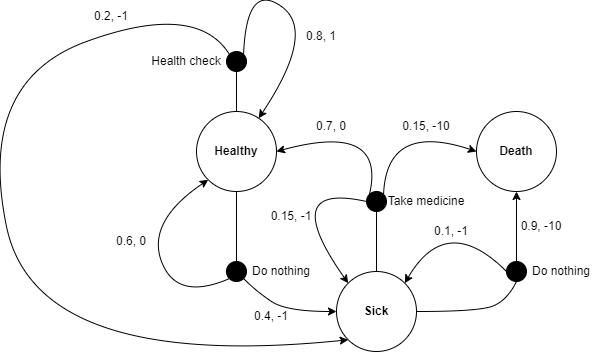
The draw.io diagram RL_Lab2-MDPs_MDP1.drawio.png in MaksimKarnaukh/RL, before a commit. Source tidied: cells renumbered, new cells last; positions are measured from the earlier drawing's top-left corner, leaving out a move shared by most shapes.
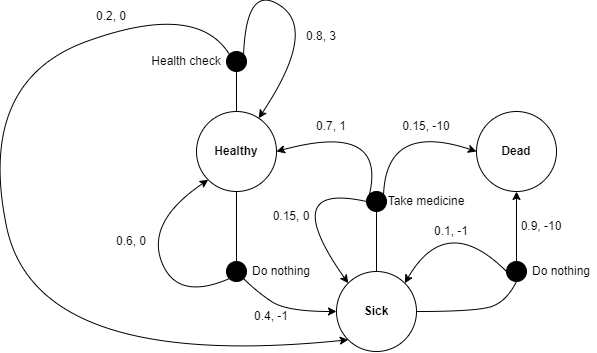
After the change.

Commit message:
drawings ready? expl left to do

What changed in the source:
```diff
@@ -8,7 +8,7 @@
     <mxCell id="3" value="&lt;b&gt;Sick&lt;/b&gt;" style="ellipse;whiteSpace=wrap;html=1;" parent="1" vertex="1">
       <mxGeometry x="360" y="290" width="80" height="80" as="geometry" />
     </mxCell>
-    <mxCell id="4" value="&lt;b&gt;Death&lt;/b&gt;" style="ellipse;whiteSpace=wrap;html=1;" parent="1" vertex="1">
+    <mxCell id="4" value="&lt;b&gt;Dead&lt;/b&gt;" style="ellipse;whiteSpace=wrap;html=1;" parent="1" vertex="1">
       <mxGeometry x="500" y="130" width="80" height="80" as="geometry" />
     </mxCell>
     <mxCell id="5" style="curved=1;endArrow=classic;html=1;rounded=0;exitX=1;exitY=0;exitDx=0;exitDy=0;" parent="1" edge="1" source="7" target="2">
@@ -107,10 +107,10 @@
         </Array>
       </mxGeometry>
     </mxCell>
-    <mxCell id="25" value="0.15, -1" style="text;html=1;strokeColor=none;fillColor=none;align=center;verticalAlign=middle;whiteSpace=wrap;rounded=0;" parent="1" vertex="1">
+    <mxCell id="25" value="0.15, 0" style="text;html=1;strokeColor=none;fillColor=none;align=center;verticalAlign=middle;whiteSpace=wrap;rounded=0;" parent="1" vertex="1">
       <mxGeometry x="280" y="220" width="70" height="30" as="geometry" />
     </mxCell>
-    <mxCell id="26" value="0.7, 0" style="text;html=1;strokeColor=none;fillColor=none;align=center;verticalAlign=middle;whiteSpace=wrap;rounded=0;" parent="1" vertex="1">
+    <mxCell id="26" value="0.7, 1" style="text;html=1;strokeColor=none;fillColor=none;align=center;verticalAlign=middle;whiteSpace=wrap;rounded=0;" parent="1" vertex="1">
       <mxGeometry x="320" y="130" width="70" height="30" as="geometry" />
     </mxCell>
     <mxCell id="27" value="0.15, -10" style="text;html=1;strokeColor=none;fillColor=none;align=center;verticalAlign=middle;whiteSpace=wrap;rounded=0;" parent="1" vertex="1">
@@ -122,7 +122,7 @@
     <mxCell id="29" value="0.6, 0" style="text;html=1;strokeColor=none;fillColor=none;align=center;verticalAlign=middle;whiteSpace=wrap;rounded=0;" parent="1" vertex="1">
       <mxGeometry x="120" y="245" width="70" height="30" as="geometry" />
     </mxCell>
-    <mxCell id="30" value="0.8, 1" style="text;html=1;strokeColor=none;fillColor=none;align=center;verticalAlign=middle;whiteSpace=wrap;rounded=0;" parent="1" vertex="1">
+    <mxCell id="30" value="0.8, 3" style="text;html=1;strokeColor=none;fillColor=none;align=center;verticalAlign=middle;whiteSpace=wrap;rounded=0;" parent="1" vertex="1">
       <mxGeometry x="310" y="40" width="70" height="30" as="geometry" />
     </mxCell>
     <mxCell id="31" value="0.9, -10" style="text;html=1;strokeColor=none;fillColor=none;align=center;verticalAlign=middle;whiteSpace=wrap;rounded=0;" parent="1" vertex="1">
@@ -140,7 +140,7 @@
         </Array>
       </mxGeometry>
     </mxCell>
-    <mxCell id="34" value="0.2, -1" style="text;html=1;strokeColor=none;fillColor=none;align=center;verticalAlign=middle;whiteSpace=wrap;rounded=0;" parent="1" vertex="1">
+    <mxCell id="34" value="0.2, 0" style="text;html=1;strokeColor=none;fillColor=none;align=center;verticalAlign=middle;whiteSpace=wrap;rounded=0;" parent="1" vertex="1">
       <mxGeometry x="100" y="20" width="70" height="30" as="geometry" />
     </mxCell>
   </root>
```
